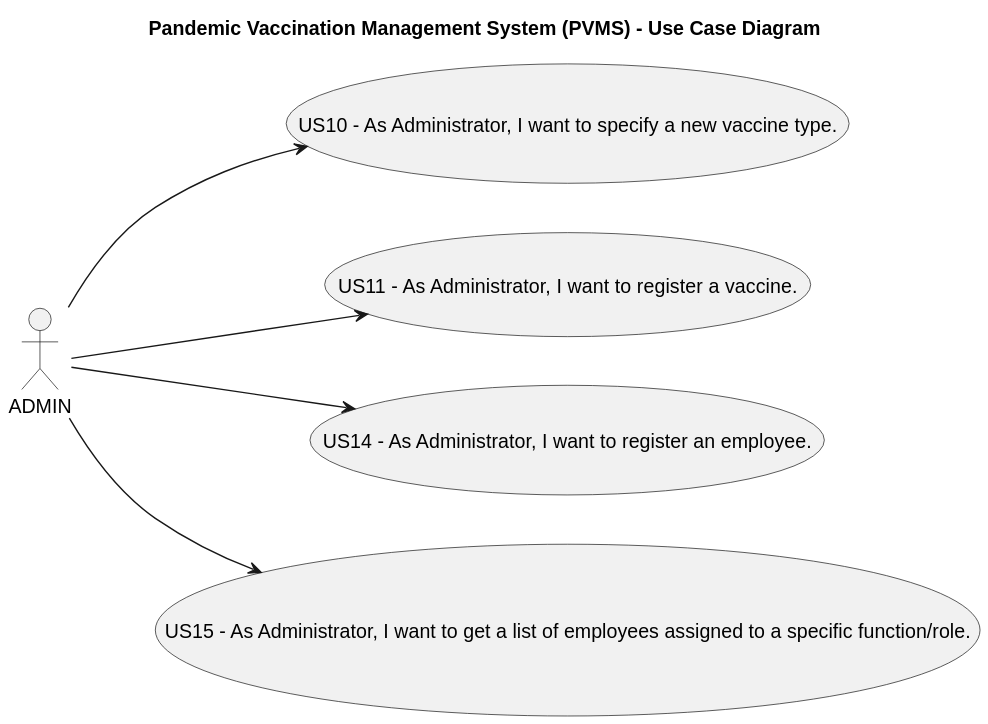
The PlantUML diagram docs/system-documentation/global-artifacts/svg/UCD.svg in Parafita123/leti-esoft-25-26-B1, before a commit. Its diagram source:
```plantuml
@startuml
title Pandemic Vaccination Management System (PVMS) - Use Case Diagram
left to right direction

actor "ADMIN" as admin



  (US10 - As Administrator, I want to specify a new vaccine type.) as UC1
  (US11 - As Administrator, I want to register a vaccine.) as UC2
  (US14 - As Administrator, I want to register an employee.) as UC3
  (US15 - As Administrator, I want to get a list of employees assigned to a specific function/role.) as UC4





admin --> UC1
admin --> UC2
admin --> UC3
admin --> UC4
@enduml
```
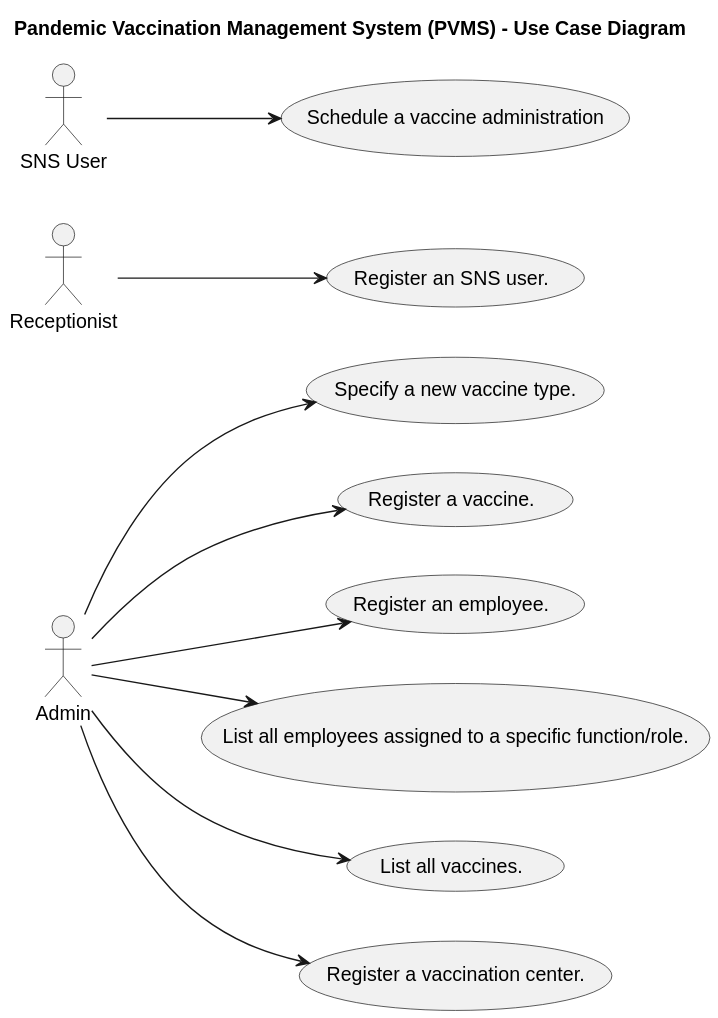
Later version of the same file.

Change to the diagram source:
```diff
@@ -2,21 +2,33 @@
 title Pandemic Vaccination Management System (PVMS) - Use Case Diagram
 left to right direction
 
-actor "ADMIN" as admin
-
-
-
-  (US10 - As Administrator, I want to specify a new vaccine type.) as UC1
-  (US11 - As Administrator, I want to register a vaccine.) as UC2
-  (US14 - As Administrator, I want to register an employee.) as UC3
-  (US15 - As Administrator, I want to get a list of employees assigned to a specific function/role.) as UC4
+actor "Admin" as admin
+actor "Receptionist" as recep
+actor "SNS User" as user
 
 
 
 
+  (Specify a new vaccine type.) as US10
+  (Register a vaccine.) as US11
+  (Register an employee.) as US14
+  (List all employees assigned to a specific function/role.) as US15
+  (List all vaccines.) as US12
+  (Register a vaccination center.) as US13
+  (Register an SNS user.) as US20
+  (Schedule a vaccine administration) as US30
 
-admin --> UC1
-admin --> UC2
-admin --> UC3
-admin --> UC4
+
+
+
+admin --> US10
+admin --> US11
+admin --> US14
+admin --> US15
+admin --> US12
+admin --> US13
+
+recep --> US20
+
+user --> US30
 @enduml
```
